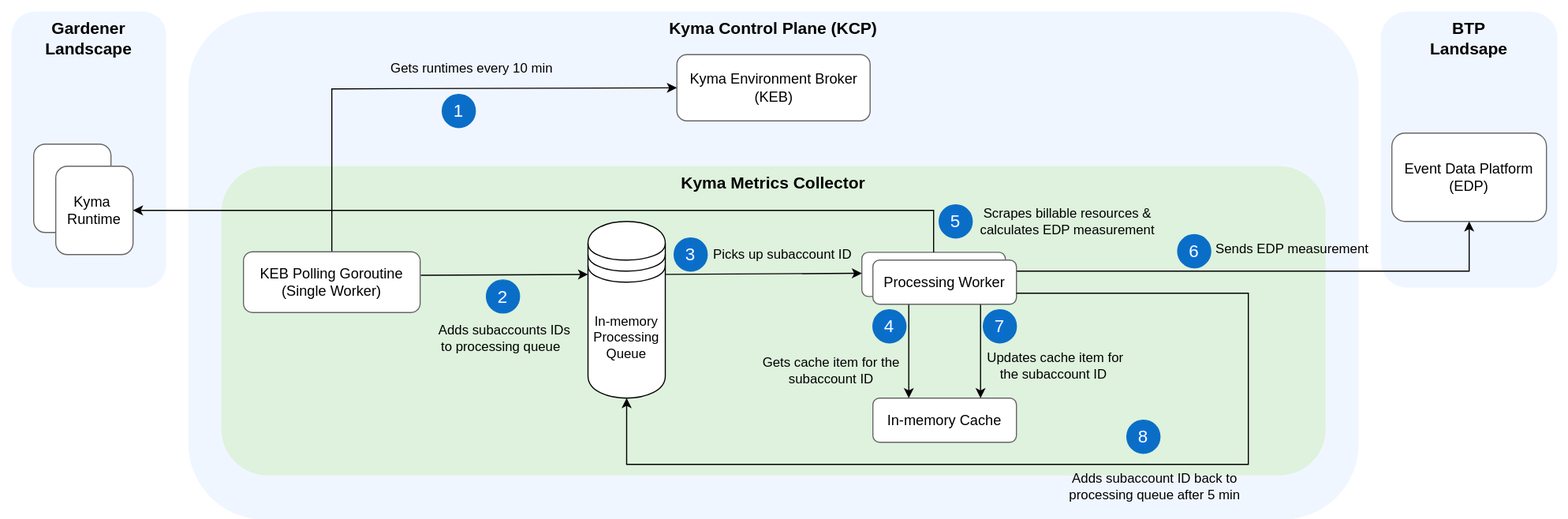
This is docs/contributor/assets/EDP_architecture.drawio.svg from kyma-project/kyma-metrics-collector, a draw.io export, as it was before one commit. Source tidied: cells renumbered, new cells last; positions are measured from the earlier drawing's top-left corner, leaving out a move shared by most shapes.
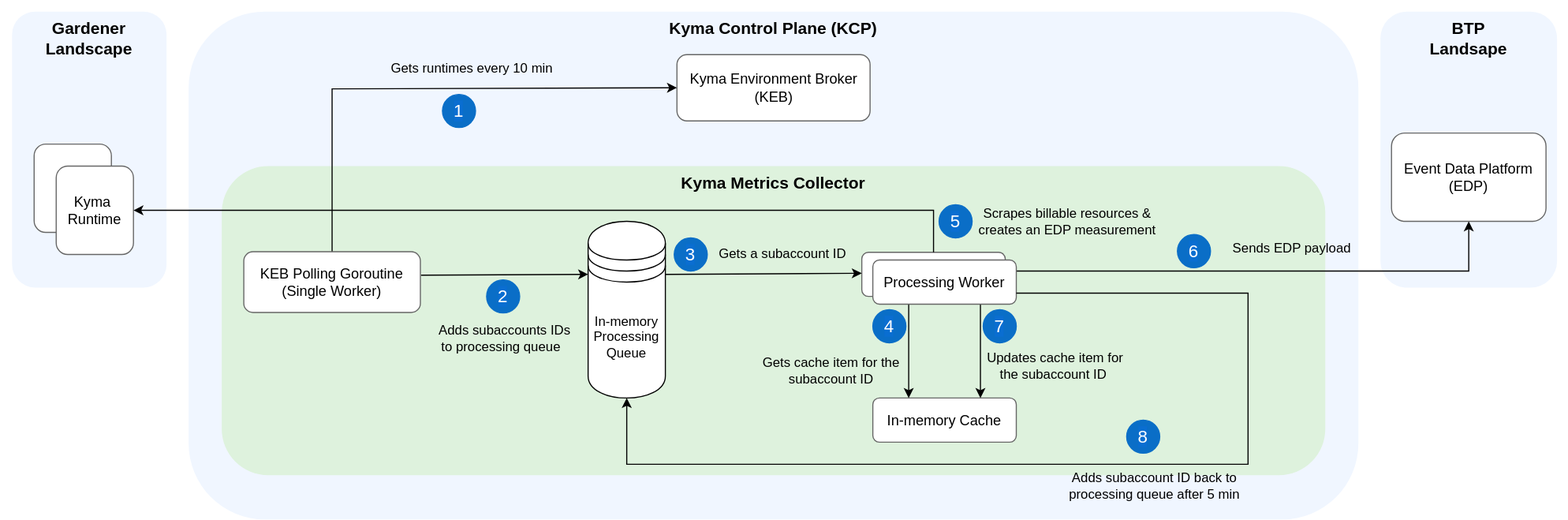
Later version of the same file.

Commit message:
update EDP and UM architecture diagrams

The edit, as a diff of the source:
```diff
@@ -53,7 +53,7 @@
         <mxPoint x="780" y="247" as="targetPoint" />
       </mxGeometry>
     </mxCell>
-    <mxCell id="17" value="Picks up subaccount ID" style="text;html=1;align=center;verticalAlign=middle;whiteSpace=wrap;rounded=0;" parent="1" vertex="1">
+    <mxCell id="17" value="Gets a subaccount ID" style="text;html=1;align=center;verticalAlign=middle;whiteSpace=wrap;rounded=0;" parent="1" vertex="1">
       <mxGeometry x="641" y="215" width="135" height="30" as="geometry" />
     </mxCell>
     <mxCell id="18" style="endArrow=classic;html=1;rounded=0;entryX=0.25;entryY=0;entryDx=0;entryDy=0;exitX=0.25;exitY=1;exitDx=0;exitDy=0;" parent="1" edge="1" source="32" target="12">
@@ -82,7 +82,7 @@
     <mxCell id="24" value="&lt;font style=&quot;font-size: 16px&quot;&gt;5&lt;/font&gt;" style="ellipse;whiteSpace=wrap;html=1;labelBackgroundColor=#0A6ED1;fontColor=#FFFFFF;fillColor=#0A6EC7;strokeColor=#0A6EC7;" parent="1" vertex="1">
       <mxGeometry x="850" y="185" width="30" height="30" as="geometry" />
     </mxCell>
-    <mxCell id="25" value="Scrapes billable resources &amp;amp; calculates EDP measurement" style="text;html=1;align=center;verticalAlign=middle;whiteSpace=wrap;rounded=0;" parent="1" vertex="1">
+    <mxCell id="25" value="Scrapes billable resources &amp;amp; creates an EDP measurement" style="text;html=1;align=center;verticalAlign=middle;whiteSpace=wrap;rounded=0;" parent="1" vertex="1">
       <mxGeometry x="883" y="185" width="167" height="30" as="geometry" />
     </mxCell>
     <mxCell id="26" style="endArrow=classic;html=1;rounded=0;entryX=0.75;entryY=0;entryDx=0;entryDy=0;exitX=0.75;exitY=1;exitDx=0;exitDy=0;" parent="1" edge="1" source="32" target="12">
@@ -104,7 +104,7 @@
     <mxCell id="30" value="&lt;span style=&quot;font-size: 16px;&quot;&gt;6&lt;/span&gt;" style="ellipse;whiteSpace=wrap;html=1;labelBackgroundColor=#0A6ED1;fontColor=#FFFFFF;fillColor=#0A6EC7;strokeColor=#0A6EC7;" parent="1" vertex="1">
       <mxGeometry x="1066" y="212" width="30" height="30" as="geometry" />
     </mxCell>
-    <mxCell id="31" value="Sends EDP measurement" style="text;html=1;align=center;verticalAlign=middle;whiteSpace=wrap;rounded=0;" parent="1" vertex="1">
+    <mxCell id="31" value="Sends EDP payload" style="text;html=1;align=center;verticalAlign=middle;whiteSpace=wrap;rounded=0;" parent="1" vertex="1">
       <mxGeometry x="1090" y="210" width="160" height="30" as="geometry" />
     </mxCell>
     <mxCell id="32" value="Processing Worker" style="rounded=1;whiteSpace=wrap;html=1;fontSize=13;strokeColor=#666666;" parent="1" vertex="1">
```
